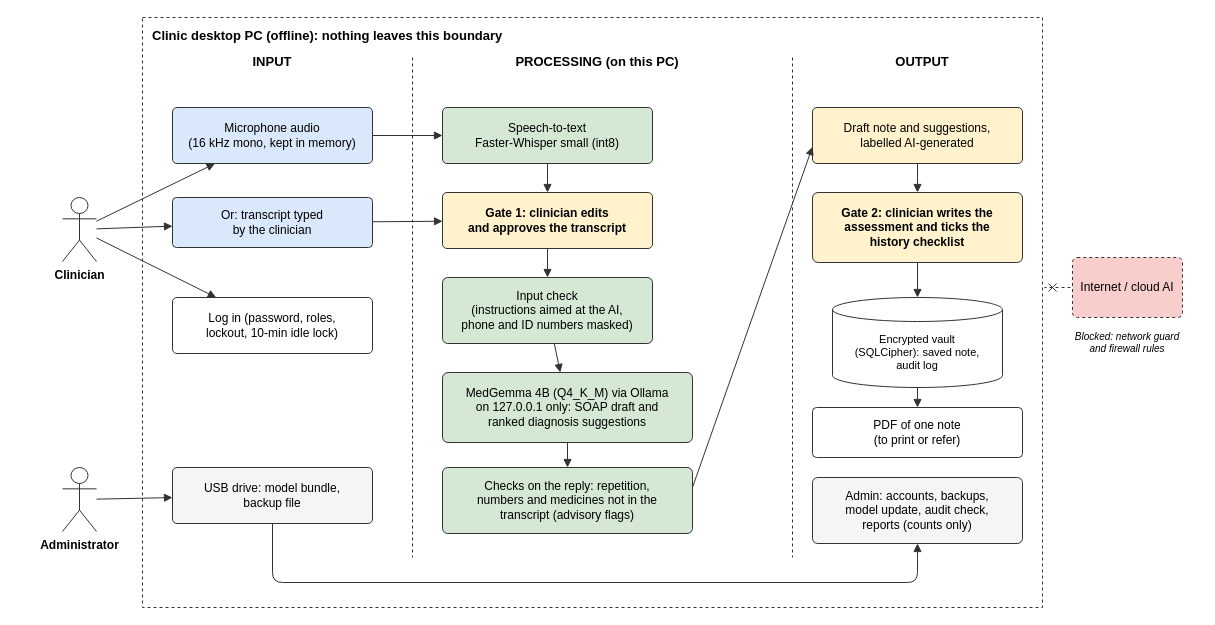
kinuthia-mark/Offline-Desktop-Based-Medical-Professional-Clinical-Consultation-Assistant- keeps this draw.io diagram as docs/design/fig-2-1-conceptual.drawio. Above is the earlier version. Source tidied: cells renumbered, new cells numbered last; positions are measured from the earlier drawing's top-left corner, leaving out a move shared by most shapes. Both pictures are drawn from the tidied source at 100%, with x=0, y=0 at pixel (62, 17).
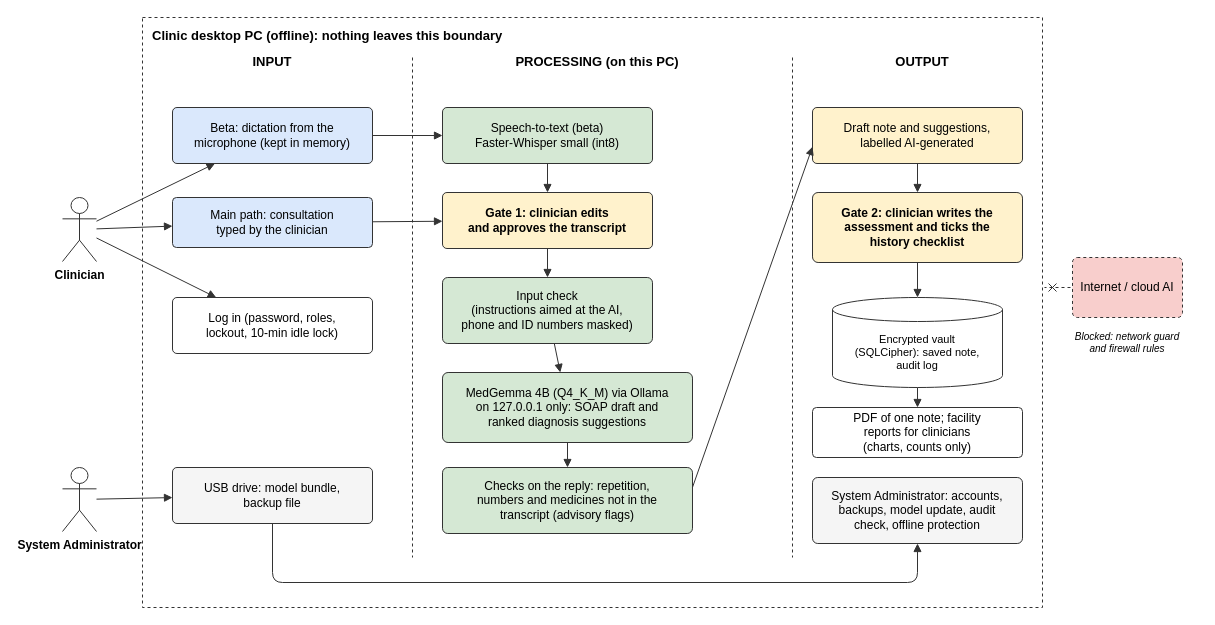
The same diagram, later.

Commit message:
docs(design): Figure 2.1 shows typing as the main input and the final roles

Dictation is the beta path, facility reports belong to clinicians, and
the System Administrator's box lists technical duties only (AMD-48,
AMD-50).

What changed in the source:
```diff
@@
-    <mxCell id="9" value="Administrator" style="shape=umlActor;verticalLabelPosition=bottom;verticalAlign=top;html=1;outlineConnect=0;fillColor=#ffffff;strokeColor=#333333;fontFamily=Helvetica;fontSize=12;fontStyle=1;" parent="1" vertex="1">
+    <mxCell id="9" value="System Administrator" style="shape=umlActor;verticalLabelPosition=bottom;verticalAlign=top;html=1;outlineConnect=0;fillColor=#ffffff;strokeColor=#333333;fontFamily=Helvetica;fontSize=12;fontStyle=1;" parent="1" vertex="1">
       <mxGeometry y="450" width="34" height="64" as="geometry" />
     </mxCell>
-    <mxCell id="10" value="Microphone audio&#10;(16 kHz mono, kept in memory)" style="rounded=1;whiteSpace=wrap;html=1;fillColor=#dae8fc;strokeColor=#333333;fontFamily=Helvetica;fontSize=12;align=center;verticalAlign=middle;arcSize=8;" parent="1" vertex="1">
+    <mxCell id="10" value="Beta: dictation from the&#10;microphone (kept in memory)" style="rounded=1;whiteSpace=wrap;html=1;fillColor=#dae8fc;strokeColor=#333333;fontFamily=Helvetica;fontSize=12;align=center;verticalAlign=middle;arcSize=8;" parent="1" vertex="1">
       <mxGeometry x="110" y="90" width="200" height="56" as="geometry" />
     </mxCell>
-    <mxCell id="11" value="Or: transcript typed&#10;by the clinician" style="rounded=1;whiteSpace=wrap;html=1;fillColor=#dae8fc;strokeColor=#333333;fontFamily=Helvetica;fontSize=12;align=center;verticalAlign=middle;arcSize=8;" parent="1" vertex="1">
+    <mxCell id="11" value="Main path: consultation&#10;typed by the clinician" style="rounded=1;whiteSpace=wrap;html=1;fillColor=#dae8fc;strokeColor=#333333;fontFamily=Helvetica;fontSize=12;align=center;verticalAlign=middle;arcSize=8;" parent="1" vertex="1">
       <mxGeometry x="110" y="180" width="200" height="50" as="geometry" />
     </mxCell>
@@
-    <mxCell id="14" value="Speech-to-text&#10;Faster-Whisper small (int8)" style="rounded=1;whiteSpace=wrap;html=1;fillColor=#d5e8d4;strokeColor=#333333;fontFamily=Helvetica;fontSize=12;align=center;verticalAlign=middle;arcSize=8;" parent="1" vertex="1">
+    <mxCell id="14" value="Speech-to-text (beta)&#10;Faster-Whisper small (int8)" style="rounded=1;whiteSpace=wrap;html=1;fillColor=#d5e8d4;strokeColor=#333333;fontFamily=Helvetica;fontSize=12;align=center;verticalAlign=middle;arcSize=8;" parent="1" vertex="1">
       <mxGeometry x="380" y="90" width="210" height="56" as="geometry" />
     </mxCell>
@@
-    <mxCell id="22" value="PDF of one note&#10;(to print or refer)" style="rounded=1;whiteSpace=wrap;html=1;fillColor=#ffffff;strokeColor=#333333;fontFamily=Helvetica;fontSize=12;align=center;verticalAlign=middle;arcSize=8;" parent="1" vertex="1">
+    <mxCell id="22" value="PDF of one note; facility&#10;reports for clinicians&#10;(charts, counts only)" style="rounded=1;whiteSpace=wrap;html=1;fillColor=#ffffff;strokeColor=#333333;fontFamily=Helvetica;fontSize=12;align=center;verticalAlign=middle;arcSize=8;" parent="1" vertex="1">
       <mxGeometry x="750" y="390" width="210" height="50" as="geometry" />
     </mxCell>
-    <mxCell id="23" value="Admin: accounts, backups,&#10;model update, audit check,&#10;reports (counts only)" style="rounded=1;whiteSpace=wrap;html=1;fillColor=#f5f5f5;strokeColor=#333333;fontFamily=Helvetica;fontSize=12;align=center;verticalAlign=middle;arcSize=8;" parent="1" vertex="1">
+    <mxCell id="23" value="System Administrator: accounts,&#10;backups, model update, audit&#10;check, offline protection" style="rounded=1;whiteSpace=wrap;html=1;fillColor=#f5f5f5;strokeColor=#333333;fontFamily=Helvetica;fontSize=12;align=center;verticalAlign=middle;arcSize=8;" parent="1" vertex="1">
       <mxGeometry x="750" y="460" width="210" height="66" as="geometry" />
     </mxCell>
```
